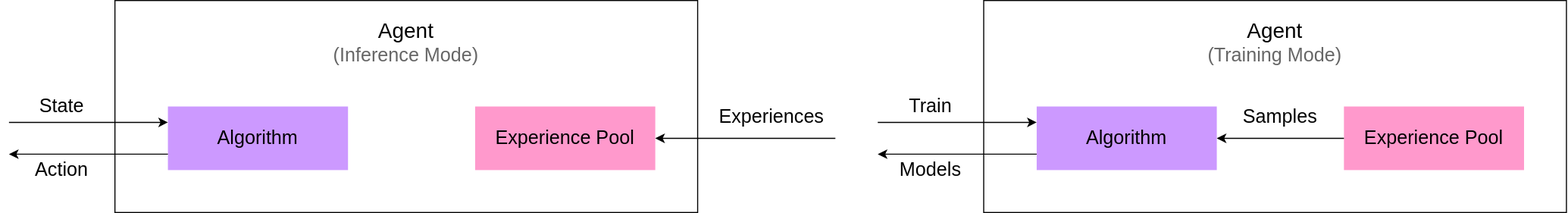
Earlier version of the draw.io export docs/source/images/rl/agent.svg (microsoft/maro). Source tidied: cells renumbered, new cells last; positions are measured from the earlier drawing's top-left corner, leaving out a move shared by most shapes.
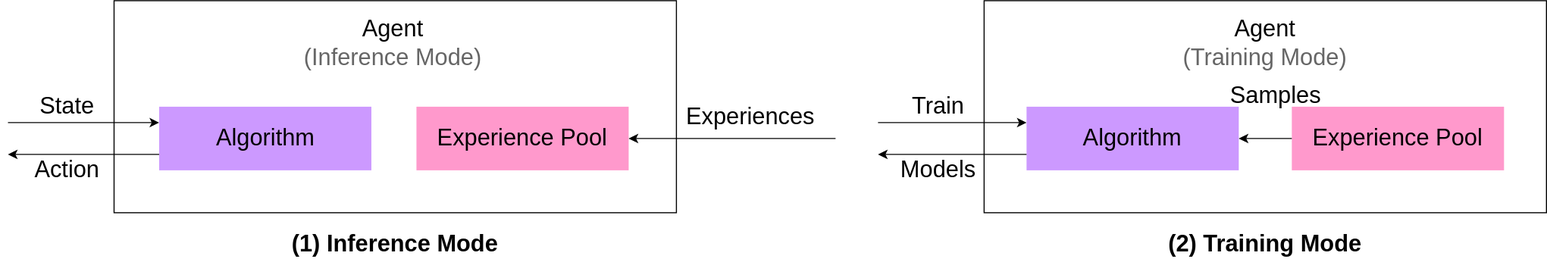
Above is the later version.

The edit, as a diff of the source:
```diff
@@ -2,75 +2,81 @@
   <root>
     <mxCell id="0" />
     <mxCell id="1" parent="0" />
-    <mxCell id="2" style="rounded=0;whiteSpace=wrap;html=1;shadow=0;glass=0;sketch=0;strokeColor=#000000;strokeWidth=1;fontSize=18;align=left;fillColor=none;" parent="1" vertex="1">
-      <mxGeometry x="100" width="550" height="200" as="geometry" />
+    <mxCell id="2" style="rounded=0;whiteSpace=wrap;html=1;shadow=0;glass=0;sketch=0;strokeColor=#000000;strokeWidth=1;fontSize=22;align=left;fillColor=none;" parent="1" vertex="1">
+      <mxGeometry x="100" width="530" height="200" as="geometry" />
     </mxCell>
-    <mxCell id="3" value="Algorithm" style="rounded=0;whiteSpace=wrap;html=1;shadow=0;glass=0;sketch=0;strokeWidth=1;gradientColor=none;fontSize=18;align=center;strokeColor=none;fillColor=#CC99FF;" parent="1" vertex="1">
-      <mxGeometry x="150" y="100" width="170" height="60" as="geometry" />
+    <mxCell id="3" value="Algorithm" style="rounded=0;whiteSpace=wrap;html=1;shadow=0;glass=0;sketch=0;strokeWidth=1;gradientColor=none;fontSize=22;align=center;strokeColor=none;fillColor=#CC99FF;" parent="1" vertex="1">
+      <mxGeometry x="142.5" y="100" width="200" height="60" as="geometry" />
     </mxCell>
-    <mxCell id="4" value="Experience Pool" style="rounded=0;whiteSpace=wrap;html=1;shadow=0;glass=0;sketch=0;strokeWidth=1;gradientColor=none;fontSize=18;align=center;strokeColor=none;fillColor=#FF99CC;" parent="1" vertex="1">
-      <mxGeometry x="440" y="100" width="170" height="60" as="geometry" />
+    <mxCell id="4" value="Experience Pool" style="rounded=0;whiteSpace=wrap;html=1;shadow=0;glass=0;sketch=0;strokeWidth=1;gradientColor=none;fontSize=22;align=center;strokeColor=none;fillColor=#FF99CC;" parent="1" vertex="1">
+      <mxGeometry x="385" y="100" width="200" height="60" as="geometry" />
     </mxCell>
-    <mxCell id="5" value="&lt;span style=&quot;font-size: 20px&quot;&gt;Agent&lt;/span&gt;&lt;br&gt;&lt;font color=&quot;#666666&quot;&gt;(Inference Mode)&lt;/font&gt;" style="text;html=1;strokeColor=none;fillColor=none;align=center;verticalAlign=middle;whiteSpace=wrap;rounded=0;shadow=0;glass=0;sketch=0;fontSize=18;" parent="1" vertex="1">
-      <mxGeometry x="250" y="10" width="250" height="60" as="geometry" />
+    <mxCell id="5" value="&lt;span style=&quot;font-size: 22px;&quot;&gt;Agent&lt;/span&gt;&lt;br style=&quot;font-size: 22px;&quot;&gt;&lt;font color=&quot;#666666&quot; style=&quot;font-size: 22px;&quot;&gt;(Inference Mode)&lt;/font&gt;" style="text;html=1;strokeColor=none;fillColor=none;align=center;verticalAlign=middle;whiteSpace=wrap;rounded=0;shadow=0;glass=0;sketch=0;fontSize=22;" parent="1" vertex="1">
+      <mxGeometry x="237.5" y="10" width="250" height="60" as="geometry" />
     </mxCell>
-    <mxCell id="6" style="endArrow=classic;html=1;strokeWidth=1;fontSize=18;entryX=0;entryY=0.25;entryDx=0;entryDy=0;" parent="1" edge="1" target="3">
+    <mxCell id="6" style="endArrow=classic;html=1;strokeWidth=1;fontSize=22;entryX=0;entryY=0.25;entryDx=0;entryDy=0;" parent="1" edge="1" target="3">
       <mxGeometry relative="1" as="geometry">
         <mxPoint y="115" as="sourcePoint" />
       </mxGeometry>
     </mxCell>
-    <mxCell id="7" style="endArrow=classic;html=1;strokeWidth=1;fontSize=18;exitX=0;exitY=0.75;exitDx=0;exitDy=0;" parent="1" edge="1" source="3">
+    <mxCell id="7" style="endArrow=classic;html=1;strokeWidth=1;fontSize=22;exitX=0;exitY=0.75;exitDx=0;exitDy=0;" parent="1" edge="1" source="3">
       <mxGeometry relative="1" as="geometry">
         <mxPoint y="145" as="targetPoint" />
       </mxGeometry>
     </mxCell>
-    <mxCell id="8" value="State" style="text;html=1;strokeColor=none;fillColor=none;align=center;verticalAlign=middle;whiteSpace=wrap;rounded=0;shadow=0;glass=0;sketch=0;fontSize=18;" parent="1" vertex="1">
-      <mxGeometry x="30" y="90" width="40" height="20" as="geometry" />
+    <mxCell id="8" value="State" style="text;html=1;strokeColor=none;fillColor=none;align=center;verticalAlign=middle;whiteSpace=wrap;rounded=0;shadow=0;glass=0;sketch=0;fontSize=22;" parent="1" vertex="1">
+      <mxGeometry x="36" y="90" width="40" height="20" as="geometry" />
     </mxCell>
-    <mxCell id="9" value="Action" style="text;html=1;strokeColor=none;fillColor=none;align=center;verticalAlign=middle;whiteSpace=wrap;rounded=0;shadow=0;glass=0;sketch=0;fontSize=18;" parent="1" vertex="1">
-      <mxGeometry x="30" y="150" width="40" height="20" as="geometry" />
+    <mxCell id="9" value="Action" style="text;html=1;strokeColor=none;fillColor=none;align=center;verticalAlign=middle;whiteSpace=wrap;rounded=0;shadow=0;glass=0;sketch=0;fontSize=22;" parent="1" vertex="1">
+      <mxGeometry x="36" y="150" width="40" height="20" as="geometry" />
     </mxCell>
-    <mxCell id="10" style="endArrow=classic;html=1;strokeWidth=1;fontSize=18;entryX=1;entryY=0.5;entryDx=0;entryDy=0;" parent="1" edge="1" target="4">
+    <mxCell id="10" style="endArrow=classic;html=1;strokeWidth=1;fontSize=22;entryX=1;entryY=0.5;entryDx=0;entryDy=0;" parent="1" edge="1" target="4">
       <mxGeometry relative="1" as="geometry">
         <mxPoint x="780" y="130" as="sourcePoint" />
       </mxGeometry>
     </mxCell>
-    <mxCell id="11" value="Experiences" style="text;html=1;strokeColor=none;fillColor=none;align=center;verticalAlign=middle;whiteSpace=wrap;rounded=0;shadow=0;glass=0;sketch=0;fontSize=18;" parent="1" vertex="1">
-      <mxGeometry x="660" y="100" width="120" height="20" as="geometry" />
+    <mxCell id="11" value="Experiences" style="text;html=1;strokeColor=none;fillColor=none;align=center;verticalAlign=middle;whiteSpace=wrap;rounded=0;shadow=0;glass=0;sketch=0;fontSize=22;" parent="1" vertex="1">
+      <mxGeometry x="640" y="100" width="120" height="20" as="geometry" />
     </mxCell>
-    <mxCell id="12" style="rounded=0;whiteSpace=wrap;html=1;shadow=0;glass=0;sketch=0;strokeColor=#000000;strokeWidth=1;fontSize=18;align=left;fillColor=none;" parent="1" vertex="1">
-      <mxGeometry x="920" width="550" height="200" as="geometry" />
+    <mxCell id="12" style="rounded=0;whiteSpace=wrap;html=1;shadow=0;glass=0;sketch=0;strokeColor=#000000;strokeWidth=1;fontSize=22;align=left;fillColor=none;" parent="1" vertex="1">
+      <mxGeometry x="920" width="530" height="200" as="geometry" />
     </mxCell>
-    <mxCell id="13" value="Algorithm" style="rounded=0;whiteSpace=wrap;html=1;shadow=0;glass=0;sketch=0;strokeWidth=1;gradientColor=none;fontSize=18;align=center;strokeColor=none;fillColor=#CC99FF;" parent="1" vertex="1">
-      <mxGeometry x="970" y="100" width="170" height="60" as="geometry" />
+    <mxCell id="13" value="Algorithm" style="rounded=0;whiteSpace=wrap;html=1;shadow=0;glass=0;sketch=0;strokeWidth=1;gradientColor=none;fontSize=22;align=center;strokeColor=none;fillColor=#CC99FF;" parent="1" vertex="1">
+      <mxGeometry x="960" y="100" width="200" height="60" as="geometry" />
     </mxCell>
-    <mxCell id="14" value="Experience Pool" style="rounded=0;whiteSpace=wrap;html=1;shadow=0;glass=0;sketch=0;strokeWidth=1;gradientColor=none;fontSize=18;align=center;strokeColor=none;fillColor=#FF99CC;" parent="1" vertex="1">
-      <mxGeometry x="1260" y="100" width="170" height="60" as="geometry" />
+    <mxCell id="14" value="Experience Pool" style="rounded=0;whiteSpace=wrap;html=1;shadow=0;glass=0;sketch=0;strokeWidth=1;gradientColor=none;fontSize=22;align=center;strokeColor=none;fillColor=#FF99CC;" parent="1" vertex="1">
+      <mxGeometry x="1210" y="100" width="200" height="60" as="geometry" />
     </mxCell>
-    <mxCell id="15" value="&lt;span style=&quot;font-size: 20px&quot;&gt;Agent&lt;/span&gt;&lt;br&gt;&lt;font color=&quot;#666666&quot;&gt;(Training Mode)&lt;/font&gt;" style="text;html=1;strokeColor=none;fillColor=none;align=center;verticalAlign=middle;whiteSpace=wrap;rounded=0;shadow=0;glass=0;sketch=0;fontSize=18;" parent="1" vertex="1">
-      <mxGeometry x="1070" y="10" width="250" height="60" as="geometry" />
+    <mxCell id="15" value="&lt;span style=&quot;font-size: 22px;&quot;&gt;Agent&lt;/span&gt;&lt;br style=&quot;font-size: 22px;&quot;&gt;&lt;font color=&quot;#666666&quot; style=&quot;font-size: 22px;&quot;&gt;(Training Mode)&lt;/font&gt;" style="text;html=1;strokeColor=none;fillColor=none;align=center;verticalAlign=middle;whiteSpace=wrap;rounded=0;shadow=0;glass=0;sketch=0;fontSize=22;" parent="1" vertex="1">
+      <mxGeometry x="1060" y="10" width="250" height="60" as="geometry" />
     </mxCell>
-    <mxCell id="16" style="endArrow=classic;html=1;strokeWidth=1;fontSize=18;entryX=0;entryY=0.25;entryDx=0;entryDy=0;" parent="1" edge="1" target="13">
+    <mxCell id="16" style="endArrow=classic;html=1;strokeWidth=1;fontSize=22;entryX=0;entryY=0.25;entryDx=0;entryDy=0;" parent="1" edge="1" target="13">
       <mxGeometry relative="1" as="geometry">
         <mxPoint x="820" y="115" as="sourcePoint" />
       </mxGeometry>
     </mxCell>
-    <mxCell id="17" value="Train" style="text;html=1;strokeColor=none;fillColor=none;align=center;verticalAlign=middle;whiteSpace=wrap;rounded=0;shadow=0;glass=0;sketch=0;fontSize=18;" parent="1" vertex="1">
-      <mxGeometry x="850" y="90" width="40" height="20" as="geometry" />
+    <mxCell id="17" value="Train" style="text;html=1;strokeColor=none;fillColor=none;align=center;verticalAlign=middle;whiteSpace=wrap;rounded=0;shadow=0;glass=0;sketch=0;fontSize=22;" parent="1" vertex="1">
+      <mxGeometry x="857" y="90" width="40" height="20" as="geometry" />
     </mxCell>
-    <mxCell id="18" style="endArrow=classic;html=1;strokeWidth=1;fontSize=18;exitX=0;exitY=0.5;exitDx=0;exitDy=0;" parent="1" edge="1" source="14" target="13">
+    <mxCell id="18" style="endArrow=classic;html=1;strokeWidth=1;fontSize=22;exitX=0;exitY=0.5;exitDx=0;exitDy=0;" parent="1" edge="1" source="14" target="13">
       <mxGeometry relative="1" as="geometry" />
     </mxCell>
-    <mxCell id="19" value="Samples" style="text;html=1;strokeColor=none;fillColor=none;align=center;verticalAlign=middle;whiteSpace=wrap;rounded=0;shadow=0;glass=0;sketch=0;fontSize=18;" parent="1" vertex="1">
-      <mxGeometry x="1140" y="100" width="120" height="20" as="geometry" />
+    <mxCell id="19" value="Samples" style="text;html=1;strokeColor=none;fillColor=none;align=center;verticalAlign=middle;whiteSpace=wrap;rounded=0;shadow=0;glass=0;sketch=0;fontSize=22;" parent="1" vertex="1">
+      <mxGeometry x="1135" y="80" width="120" height="20" as="geometry" />
     </mxCell>
-    <mxCell id="20" style="endArrow=classic;html=1;strokeWidth=1;fontSize=18;exitX=0;exitY=0.75;exitDx=0;exitDy=0;" parent="1" edge="1" source="13">
+    <mxCell id="20" style="endArrow=classic;html=1;strokeWidth=1;fontSize=22;exitX=0;exitY=0.75;exitDx=0;exitDy=0;" parent="1" edge="1" source="13">
       <mxGeometry relative="1" as="geometry">
         <mxPoint x="820" y="145" as="targetPoint" />
       </mxGeometry>
     </mxCell>
-    <mxCell id="21" value="Models" style="text;html=1;strokeColor=none;fillColor=none;align=center;verticalAlign=middle;whiteSpace=wrap;rounded=0;shadow=0;glass=0;sketch=0;fontSize=18;" parent="1" vertex="1">
-      <mxGeometry x="835" y="150" width="70" height="20" as="geometry" />
+    <mxCell id="21" value="Models" style="text;html=1;strokeColor=none;fillColor=none;align=center;verticalAlign=middle;whiteSpace=wrap;rounded=0;shadow=0;glass=0;sketch=0;fontSize=22;" parent="1" vertex="1">
+      <mxGeometry x="842" y="150" width="70" height="20" as="geometry" />
     </mxCell>
+    <mxCell id="22" value="(1) Inference Mode" style="text;html=1;strokeColor=none;fillColor=none;align=center;verticalAlign=middle;whiteSpace=wrap;rounded=0;fontSize=22;fontStyle=1;" parent="1" vertex="1">
+      <mxGeometry x="250" y="220" width="230" height="20" as="geometry" />
+    </mxCell>
+    <mxCell id="23" value="(2) Training Mode" style="text;html=1;strokeColor=none;fillColor=none;align=center;verticalAlign=middle;whiteSpace=wrap;rounded=0;fontSize=22;fontStyle=1;" parent="1" vertex="1">
+      <mxGeometry x="1070" y="220" width="230" height="20" as="geometry" />
+    </mxCell>
   </root>
 </mxGraphModel>
```
